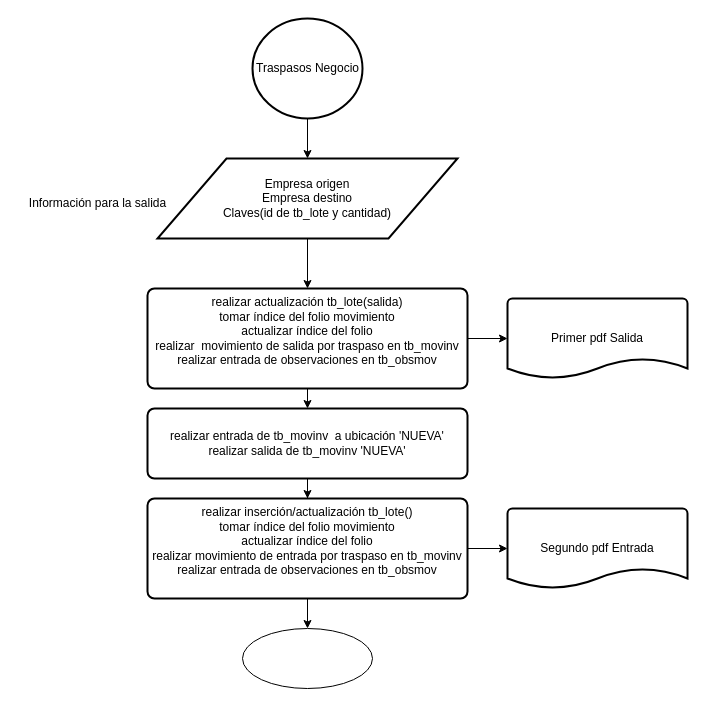
Earlier version of the draw.io diagram TraspasosEmpresa.drawio (ErnestoDanielTafoyaMolinaCYM/clases-cat-cym). Source tidied: cells renumbered, new cells numbered last; positions are measured from the earlier drawing's top-left corner, leaving out a move shared by most shapes. Both pictures are drawn from the tidied source at 100%, with x=0, y=0 at pixel (17, 18).
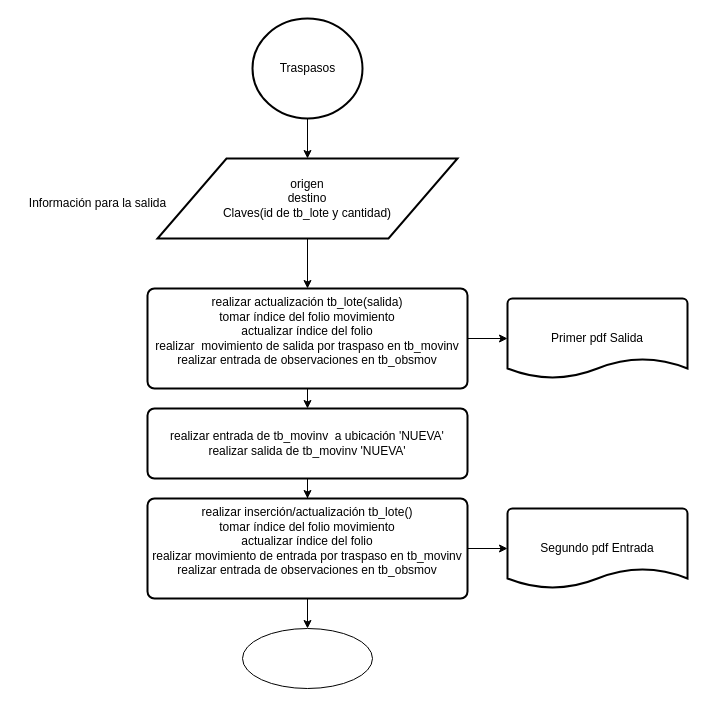
The same diagram, later.

Change to the diagram source:
```diff
@@
 <mxGraphModel>
   <root>
     <mxCell id="0" />
     <mxCell id="1" parent="0" />
     <mxCell id="2" style="edgeStyle=orthogonalEdgeStyle;rounded=0;jettySize=auto;html=1;" parent="1" edge="1" source="3" target="7">
       <mxGeometry relative="1" as="geometry" />
     </mxCell>
     <mxCell id="3" style="strokeWidth=2;html=1;shape=mxgraph.flowchart.start_2;whiteSpace=wrap;" parent="1" vertex="1">
       <mxGeometry x="235" width="110" height="100" as="geometry" />
     </mxCell>
     <mxCell id="4" style="edgeStyle=orthogonalEdgeStyle;rounded=0;jettySize=auto;html=1;exitX=0.5;exitY=1;exitDx=0;exitDy=0;entryX=0.5;entryY=0;entryDx=0;entryDy=0;" parent="1" edge="1" source="6" target="10">
       <mxGeometry relative="1" as="geometry" />
     </mxCell>
     <mxCell id="5" style="edgeStyle=orthogonalEdgeStyle;rounded=0;jettySize=auto;html=1;" parent="1" edge="1" source="6" target="8">
       <mxGeometry relative="1" as="geometry" />
     </mxCell>
     <mxCell id="6" value="realizar actualización tb_lote(salida)&lt;div&gt;tomar índice del folio movimiento&lt;/div&gt;&lt;div&gt;actualizar índice del folio&lt;br&gt;&lt;div&gt;realizar&amp;nbsp; movimiento de salida por traspaso en tb_movinv&lt;/div&gt;&lt;div&gt;realizar entrada de observaciones en tb_obsmov&lt;/div&gt;&lt;div&gt;&lt;br&gt;&lt;/div&gt;&lt;/div&gt;" style="rounded=1;whiteSpace=wrap;html=1;absoluteArcSize=1;arcSize=14;strokeWidth=2;" parent="1" vertex="1">
       <mxGeometry x="130" y="270" width="320" height="100" as="geometry" />
     </mxCell>
-    <mxCell id="7" value="Empresa origen&lt;div&gt;Empresa destino&lt;/div&gt;&lt;div&gt;Claves(id de tb_lote y cantidad)&lt;/div&gt;" style="shape=parallelogram;html=1;strokeWidth=2;perimeter=parallelogramPerimeter;whiteSpace=wrap;rounded=1;arcSize=0;size=0.23;" parent="1" vertex="1">
+    <mxCell id="7" value="origen&lt;div&gt;destino&lt;/div&gt;&lt;div&gt;Claves(id de tb_lote y cantidad)&lt;/div&gt;" style="shape=parallelogram;html=1;strokeWidth=2;perimeter=parallelogramPerimeter;whiteSpace=wrap;rounded=1;arcSize=0;size=0.23;" parent="1" vertex="1">
       <mxGeometry x="140" y="140" width="300" height="80" as="geometry" />
     </mxCell>
     <mxCell id="8" value="Primer pdf Salida" style="strokeWidth=2;html=1;shape=mxgraph.flowchart.document2;whiteSpace=wrap;size=0.25;" parent="1" vertex="1">
       <mxGeometry x="490" y="280" width="180" height="80" as="geometry" />
     </mxCell>
     <mxCell id="9" style="edgeStyle=orthogonalEdgeStyle;rounded=0;jettySize=auto;html=1;exitX=0.5;exitY=1;exitDx=0;exitDy=0;" parent="1" edge="1" source="10" target="13">
       <mxGeometry relative="1" as="geometry" />
     </mxCell>
     <mxCell id="10" value="realizar entrada de tb_movinv&amp;nbsp; a ubicación 'NUEVA'&lt;div&gt;realizar salida de tb_movinv 'NUEVA'&lt;/div&gt;" style="rounded=1;whiteSpace=wrap;html=1;absoluteArcSize=1;arcSize=14;strokeWidth=2;fillColor=light-dark(#FFFFFF,#E6D0DE);" parent="1" vertex="1">
       <mxGeometry x="130" y="390" width="320" height="70" as="geometry" />
     </mxCell>
     <mxCell id="11" style="edgeStyle=orthogonalEdgeStyle;rounded=0;jettySize=auto;html=1;exitX=0.5;exitY=1;exitDx=0;exitDy=0;" parent="1" edge="1" source="13" target="15">
       <mxGeometry relative="1" as="geometry" />
     </mxCell>
     <mxCell id="12" style="edgeStyle=orthogonalEdgeStyle;rounded=0;jettySize=auto;html=1;" parent="1" edge="1" source="13" target="14">
       <mxGeometry relative="1" as="geometry" />
     </mxCell>
     <mxCell id="13" value="realizar inserción/actualización tb_lote()&lt;div&gt;tomar índice del folio movimiento&lt;/div&gt;&lt;div&gt;actualizar índice del folio&lt;br&gt;&lt;div&gt;realizar movimiento de entrada por traspaso en tb_movinv&lt;/div&gt;&lt;div&gt;realizar entrada de observaciones en tb_obsmov&lt;/div&gt;&lt;div&gt;&lt;br&gt;&lt;/div&gt;&lt;/div&gt;" style="rounded=1;whiteSpace=wrap;html=1;absoluteArcSize=1;arcSize=14;strokeWidth=2;" parent="1" vertex="1">
       <mxGeometry x="130" y="480" width="320" height="100" as="geometry" />
     </mxCell>
     <mxCell id="14" value="Segundo pdf Entrada" style="strokeWidth=2;html=1;shape=mxgraph.flowchart.document2;whiteSpace=wrap;size=0.25;" parent="1" vertex="1">
       <mxGeometry x="490" y="490" width="180" height="80" as="geometry" />
     </mxCell>
     <mxCell id="15" style="verticalLabelPosition=bottom;verticalAlign=top;html=1;shape=mxgraph.flowchart.on-page_reference;" parent="1" vertex="1">
       <mxGeometry x="225" y="610" width="130" height="60" as="geometry" />
     </mxCell>
     <mxCell id="16" style="edgeStyle=orthogonalEdgeStyle;rounded=0;jettySize=auto;html=1;exitX=0.5;exitY=1;exitDx=0;exitDy=0;entryX=0.5;entryY=0;entryDx=0;entryDy=0;" parent="1" edge="1" source="7" target="6">
       <mxGeometry relative="1" as="geometry" />
     </mxCell>
-    <mxCell id="17" value="Traspasos Negocio" style="text;html=1;align=center;verticalAlign=middle;strokeColor=none;fillColor=none;" parent="1" vertex="1">
-      <mxGeometry x="225" y="35" width="130" height="30" as="geometry" />
+    <mxCell id="17" value="Traspasos" style="text;html=1;align=center;verticalAlign=middle;strokeColor=none;fillColor=none;" parent="1" vertex="1">
+      <mxGeometry x="250" y="35" width="80" height="30" as="geometry" />
     </mxCell>
     <mxCell id="18" value="Información para la salida" style="text;html=1;align=center;verticalAlign=middle;strokeColor=none;fillColor=none;" parent="1" vertex="1">
       <mxGeometry y="170" width="160" height="30" as="geometry" />
     </mxCell>
   </root>
 </mxGraphModel>
```
